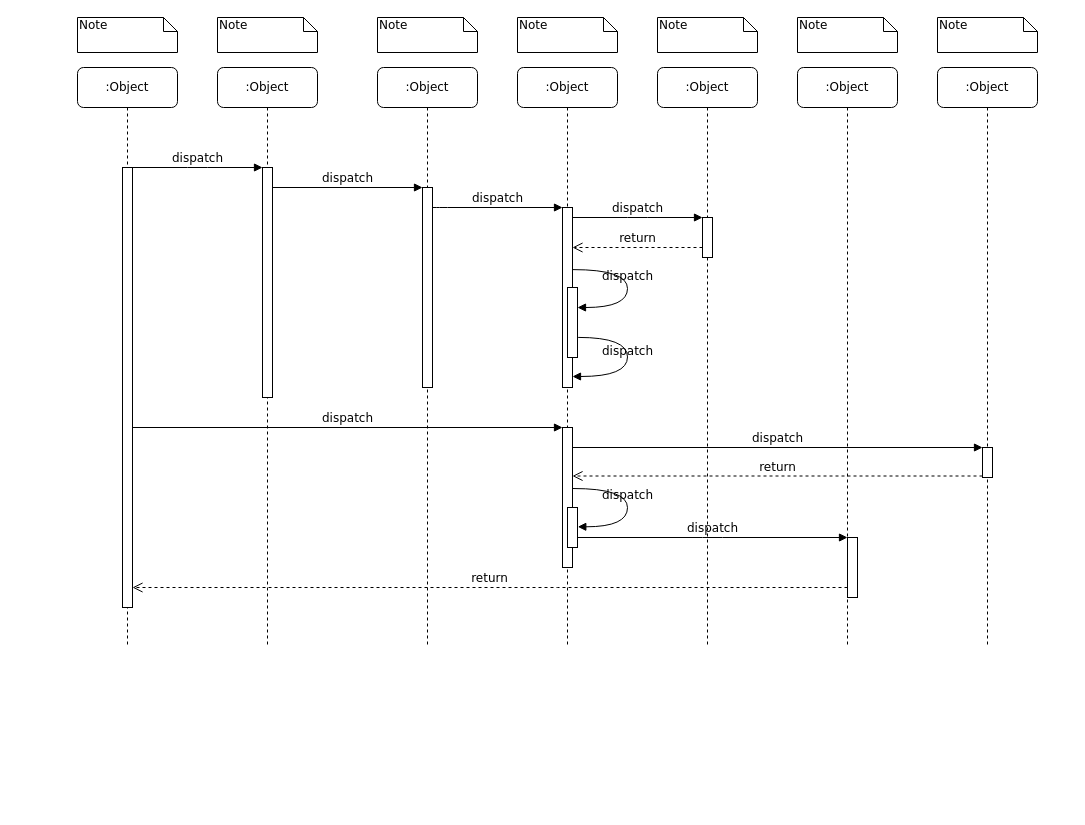
Above: meet_Sequence.drawio in xuez10/Sequence-Diagram (draw.io), before the change. Source tidied: cells renumbered, new cells numbered last; positions are measured from the earlier drawing's top-left corner, leaving out a move shared by most shapes. Both pictures are drawn from the tidied source at 100%, with x=0, y=0 at pixel (77, 17).
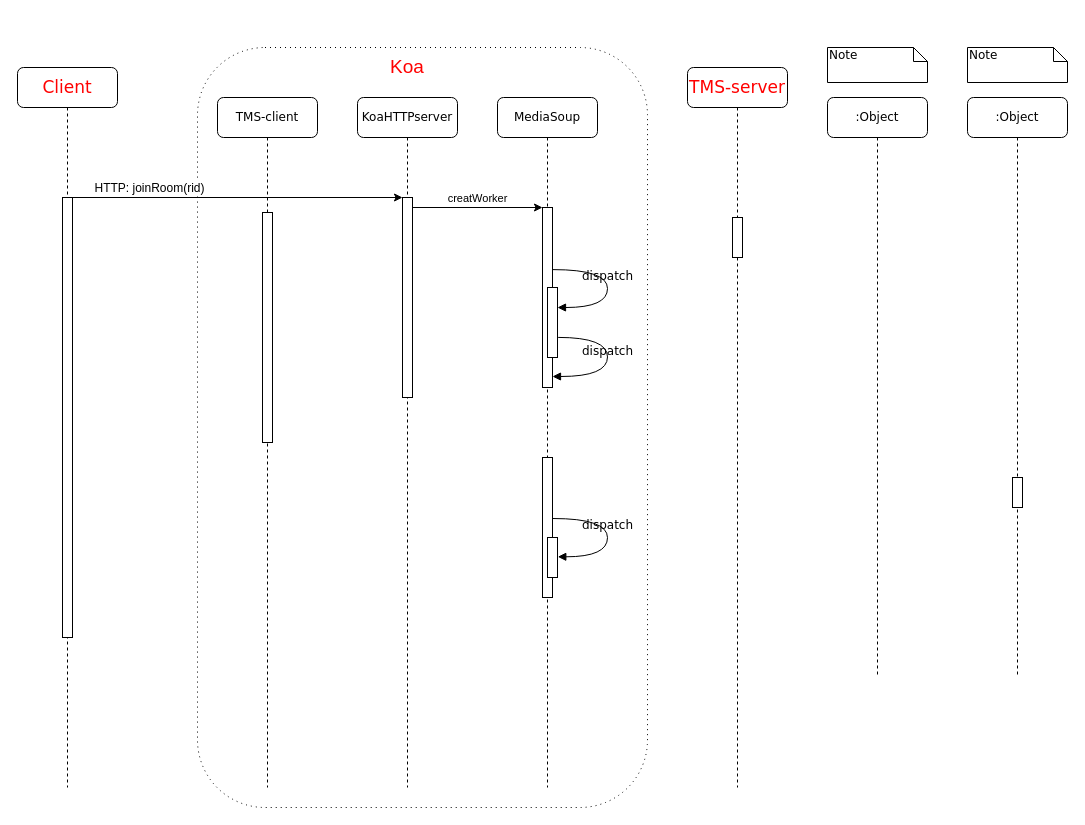
After the change.

Change to the diagram source:
```diff
@@
-    <mxCell id="2" value=":Object" style="shape=umlLifeline;perimeter=lifelinePerimeter;whiteSpace=wrap;html=1;rounded=1;shadow=0;comic=0;labelBackgroundColor=none;strokeWidth=1;fontFamily=Verdana;fontSize=12;align=center;" parent="1" vertex="1">
-      <mxGeometry x="140" y="50" width="100" height="580" as="geometry" />
-    </mxCell>
-    <mxCell id="3" style="html=1;points=[];perimeter=orthogonalPerimeter;rounded=0;shadow=0;comic=0;labelBackgroundColor=none;strokeWidth=1;fontFamily=Verdana;fontSize=12;align=center;" parent="2" vertex="1">
-      <mxGeometry x="45" y="100" width="10" height="230" as="geometry" />
-    </mxCell>
-    <mxCell id="4" value=":Object" style="shape=umlLifeline;perimeter=lifelinePerimeter;whiteSpace=wrap;html=1;rounded=1;shadow=0;comic=0;labelBackgroundColor=none;strokeWidth=1;fontFamily=Verdana;fontSize=12;align=center;" parent="1" vertex="1">
-      <mxGeometry x="300" y="50" width="100" height="580" as="geometry" />
-    </mxCell>
-    <mxCell id="5" style="html=1;points=[];perimeter=orthogonalPerimeter;rounded=0;shadow=0;comic=0;labelBackgroundColor=none;strokeWidth=1;fontFamily=Verdana;fontSize=12;align=center;" parent="4" vertex="1">
-      <mxGeometry x="45" y="120" width="10" height="200" as="geometry" />
-    </mxCell>
-    <mxCell id="6" value=":Object" style="shape=umlLifeline;perimeter=lifelinePerimeter;whiteSpace=wrap;html=1;rounded=1;shadow=0;comic=0;labelBackgroundColor=none;strokeWidth=1;fontFamily=Verdana;fontSize=12;align=center;" parent="1" vertex="1">
-      <mxGeometry x="440" y="50" width="100" height="580" as="geometry" />
-    </mxCell>
-    <mxCell id="7" value=":Object" style="shape=umlLifeline;perimeter=lifelinePerimeter;whiteSpace=wrap;html=1;rounded=1;shadow=0;comic=0;labelBackgroundColor=none;strokeWidth=1;fontFamily=Verdana;fontSize=12;align=center;" parent="1" vertex="1">
-      <mxGeometry x="580" y="50" width="100" height="580" as="geometry" />
-    </mxCell>
-    <mxCell id="8" value=":Object" style="shape=umlLifeline;perimeter=lifelinePerimeter;whiteSpace=wrap;html=1;rounded=1;shadow=0;comic=0;labelBackgroundColor=none;strokeWidth=1;fontFamily=Verdana;fontSize=12;align=center;" parent="1" vertex="1">
-      <mxGeometry x="720" y="50" width="100" height="580" as="geometry" />
-    </mxCell>
-    <mxCell id="9" value=":Object" style="shape=umlLifeline;perimeter=lifelinePerimeter;whiteSpace=wrap;html=1;rounded=1;shadow=0;comic=0;labelBackgroundColor=none;strokeWidth=1;fontFamily=Verdana;fontSize=12;align=center;" parent="1" vertex="1">
-      <mxGeometry x="860" y="50" width="100" height="580" as="geometry" />
-    </mxCell>
-    <mxCell id="10" value=":Object" style="shape=umlLifeline;perimeter=lifelinePerimeter;whiteSpace=wrap;html=1;rounded=1;shadow=0;comic=0;labelBackgroundColor=none;strokeWidth=1;fontFamily=Verdana;fontSize=12;align=center;" parent="1" vertex="1">
-      <mxGeometry y="50" width="100" height="580" as="geometry" />
-    </mxCell>
-    <mxCell id="11" style="html=1;points=[];perimeter=orthogonalPerimeter;rounded=0;shadow=0;comic=0;labelBackgroundColor=none;strokeWidth=1;fontFamily=Verdana;fontSize=12;align=center;" parent="10" vertex="1">
-      <mxGeometry x="45" y="100" width="10" height="440" as="geometry" />
-    </mxCell>
-    <mxCell id="12" style="html=1;points=[];perimeter=orthogonalPerimeter;rounded=0;shadow=0;comic=0;labelBackgroundColor=none;strokeWidth=1;fontFamily=Verdana;fontSize=12;align=center;" parent="1" vertex="1">
-      <mxGeometry x="485" y="190" width="10" height="180" as="geometry" />
-    </mxCell>
-    <mxCell id="13" value="dispatch" style="html=1;verticalAlign=bottom;endArrow=block;labelBackgroundColor=none;fontFamily=Verdana;fontSize=12;edgeStyle=elbowEdgeStyle;elbow=vertical;" parent="1" edge="1" source="5" target="12">
-      <mxGeometry relative="1" as="geometry">
-        <Array as="points">
-          <mxPoint x="360" y="190" />
-        </Array>
-      </mxGeometry>
-    </mxCell>
-    <mxCell id="14" style="html=1;points=[];perimeter=orthogonalPerimeter;rounded=0;shadow=0;comic=0;labelBackgroundColor=none;strokeWidth=1;fontFamily=Verdana;fontSize=12;align=center;" parent="1" vertex="1">
-      <mxGeometry x="625" y="200" width="10" height="40" as="geometry" />
-    </mxCell>
-    <mxCell id="15" value="dispatch" style="html=1;verticalAlign=bottom;endArrow=block;entryX=0;entryY=0;labelBackgroundColor=none;fontFamily=Verdana;fontSize=12;edgeStyle=elbowEdgeStyle;elbow=vertical;" parent="1" edge="1" source="12" target="14">
-      <mxGeometry relative="1" as="geometry" />
-    </mxCell>
-    <mxCell id="16" value="return" style="html=1;verticalAlign=bottom;endArrow=open;dashed=1;endSize=8;labelBackgroundColor=none;fontFamily=Verdana;fontSize=12;edgeStyle=elbowEdgeStyle;elbow=vertical;" parent="1" edge="1" source="14" target="12">
-      <mxGeometry relative="1" as="geometry">
-        <Array as="points">
-          <mxPoint x="570" y="230" />
-          <mxPoint x="600" y="230" />
-        </Array>
-      </mxGeometry>
-    </mxCell>
-    <mxCell id="17" style="html=1;points=[];perimeter=orthogonalPerimeter;rounded=0;shadow=0;comic=0;labelBackgroundColor=none;strokeWidth=1;fontFamily=Verdana;fontSize=12;align=center;" parent="1" vertex="1">
-      <mxGeometry x="485" y="410" width="10" height="140" as="geometry" />
-    </mxCell>
-    <mxCell id="18" value="dispatch" style="html=1;verticalAlign=bottom;endArrow=block;entryX=0;entryY=0;labelBackgroundColor=none;fontFamily=Verdana;fontSize=12;" parent="1" edge="1" source="11" target="17">
-      <mxGeometry relative="1" as="geometry" />
-    </mxCell>
-    <mxCell id="19" style="html=1;points=[];perimeter=orthogonalPerimeter;rounded=0;shadow=0;comic=0;labelBackgroundColor=none;strokeColor=#000000;strokeWidth=1;fillColor=#FFFFFF;fontFamily=Verdana;fontSize=12;fontColor=#000000;align=center;" parent="1" vertex="1">
-      <mxGeometry x="905" y="430" width="10" height="30" as="geometry" />
-    </mxCell>
-    <mxCell id="20" value="dispatch" style="html=1;verticalAlign=bottom;endArrow=block;entryX=0;entryY=0;labelBackgroundColor=none;fontFamily=Verdana;fontSize=12;" parent="1" edge="1" source="17" target="19">
-      <mxGeometry relative="1" as="geometry" />
-    </mxCell>
-    <mxCell id="21" value="return" style="html=1;verticalAlign=bottom;endArrow=open;dashed=1;endSize=8;exitX=0;exitY=0.95;labelBackgroundColor=none;fontFamily=Verdana;fontSize=12;" parent="1" edge="1" source="19" target="17">
-      <mxGeometry relative="1" as="geometry" />
-    </mxCell>
-    <mxCell id="22" style="html=1;points=[];perimeter=orthogonalPerimeter;rounded=0;shadow=0;comic=0;labelBackgroundColor=none;strokeWidth=1;fontFamily=Verdana;fontSize=12;align=center;" parent="1" vertex="1">
-      <mxGeometry x="770" y="520" width="10" height="60" as="geometry" />
-    </mxCell>
-    <mxCell id="23" value="dispatch" style="html=1;verticalAlign=bottom;endArrow=block;entryX=0;entryY=0;labelBackgroundColor=none;fontFamily=Verdana;fontSize=12;edgeStyle=elbowEdgeStyle;elbow=vertical;" parent="1" edge="1" source="30" target="22">
-      <mxGeometry relative="1" as="geometry" />
-    </mxCell>
-    <mxCell id="24" value="return" style="html=1;verticalAlign=bottom;endArrow=open;dashed=1;endSize=8;labelBackgroundColor=none;fontFamily=Verdana;fontSize=12;edgeStyle=elbowEdgeStyle;elbow=vertical;" parent="1" edge="1" source="22" target="11">
-      <mxGeometry relative="1" as="geometry">
-        <Array as="points">
-          <mxPoint x="470" y="570" />
-        </Array>
-      </mxGeometry>
-    </mxCell>
-    <mxCell id="25" value="dispatch" style="html=1;verticalAlign=bottom;endArrow=block;entryX=0;entryY=0;labelBackgroundColor=none;fontFamily=Verdana;fontSize=12;edgeStyle=elbowEdgeStyle;elbow=vertical;" parent="1" edge="1" source="11" target="3">
-      <mxGeometry relative="1" as="geometry" />
-    </mxCell>
-    <mxCell id="26" value="dispatch" style="html=1;verticalAlign=bottom;endArrow=block;entryX=0;entryY=0;labelBackgroundColor=none;fontFamily=Verdana;fontSize=12;edgeStyle=elbowEdgeStyle;elbow=vertical;" parent="1" edge="1" source="3" target="5">
-      <mxGeometry relative="1" as="geometry" />
-    </mxCell>
-    <mxCell id="27" style="html=1;points=[];perimeter=orthogonalPerimeter;rounded=0;shadow=0;comic=0;labelBackgroundColor=none;strokeWidth=1;fontFamily=Verdana;fontSize=12;align=center;" parent="1" vertex="1">
-      <mxGeometry x="490" y="270" width="10" height="70" as="geometry" />
-    </mxCell>
-    <mxCell id="28" value="dispatch" style="html=1;verticalAlign=bottom;endArrow=block;labelBackgroundColor=none;fontFamily=Verdana;fontSize=12;elbow=vertical;edgeStyle=orthogonalEdgeStyle;curved=1;entryX=1;entryY=0.286;entryPerimeter=0;exitX=1.038;exitY=0.345;exitPerimeter=0;" parent="1" edge="1" source="12" target="27">
-      <mxGeometry relative="1" as="geometry">
-        <Array as="points">
-          <mxPoint x="550" y="252" />
-          <mxPoint x="550" y="290" />
-        </Array>
-      </mxGeometry>
-    </mxCell>
+    <mxCell id="39" style="rounded=1;whiteSpace=wrap;html=1;dashed=1;dashPattern=1 4;fillColor=none;" parent="1" vertex="1">
+      <mxGeometry x="120" y="30" width="450" height="760" as="geometry" />
+    </mxCell>
+    <mxCell id="40" value="TMS-client" style="shape=umlLifeline;perimeter=lifelinePerimeter;whiteSpace=wrap;html=1;rounded=1;shadow=0;comic=0;labelBackgroundColor=none;strokeWidth=1;fontFamily=Verdana;fontSize=12;align=center;" parent="1" vertex="1">
+      <mxGeometry x="140" y="80" width="100" height="690" as="geometry" />
+    </mxCell>
+    <mxCell id="41" style="html=1;perimeter=orthogonalPerimeter;rounded=0;shadow=0;comic=0;labelBackgroundColor=none;strokeWidth=1;fontFamily=Verdana;fontSize=12;align=center;" parent="40" vertex="1">
+      <mxGeometry x="45" y="115" width="10" height="230" as="geometry" />
+    </mxCell>
+    <mxCell id="42" value="KoaHTTPserver" style="shape=umlLifeline;perimeter=lifelinePerimeter;whiteSpace=wrap;html=1;rounded=1;shadow=0;comic=0;labelBackgroundColor=none;strokeWidth=1;fontFamily=Verdana;fontSize=12;align=center;" parent="1" vertex="1">
+      <mxGeometry x="280" y="80" width="100" height="690" as="geometry" />
+    </mxCell>
+    <mxCell id="43" style="html=1;points=[];perimeter=orthogonalPerimeter;rounded=0;shadow=0;comic=0;labelBackgroundColor=none;strokeWidth=1;fontFamily=Verdana;fontSize=12;align=center;" parent="42" vertex="1">
+      <mxGeometry x="45" y="100" width="10" height="200" as="geometry" />
+    </mxCell>
+    <mxCell id="44" value="MediaSoup" style="shape=umlLifeline;perimeter=lifelinePerimeter;whiteSpace=wrap;html=1;rounded=1;shadow=0;comic=0;labelBackgroundColor=none;strokeWidth=1;fontFamily=Verdana;fontSize=12;align=center;" parent="1" vertex="1">
+      <mxGeometry x="420" y="80" width="100" height="690" as="geometry" />
+    </mxCell>
+    <mxCell id="45" value="TMS-server" style="shape=umlLifeline;perimeter=lifelinePerimeter;whiteSpace=wrap;html=1;rounded=1;shadow=0;comic=0;labelBackgroundColor=none;strokeWidth=1;fontFamily=Verdana;fontSize=17;align=center;fontColor=#FF0000;" parent="1" vertex="1">
+      <mxGeometry x="610" y="50" width="100" height="720" as="geometry" />
+    </mxCell>
+    <mxCell id="46" value=":Object" style="shape=umlLifeline;perimeter=lifelinePerimeter;whiteSpace=wrap;html=1;rounded=1;shadow=0;comic=0;labelBackgroundColor=none;strokeWidth=1;fontFamily=Verdana;fontSize=12;align=center;" parent="1" vertex="1">
+      <mxGeometry x="750" y="80" width="100" height="580" as="geometry" />
+    </mxCell>
+    <mxCell id="47" value=":Object" style="shape=umlLifeline;perimeter=lifelinePerimeter;whiteSpace=wrap;html=1;rounded=1;shadow=0;comic=0;labelBackgroundColor=none;strokeWidth=1;fontFamily=Verdana;fontSize=12;align=center;" parent="1" vertex="1">
+      <mxGeometry x="890" y="80" width="100" height="580" as="geometry" />
+    </mxCell>
+    <mxCell id="48" value="Client" style="shape=umlLifeline;perimeter=lifelinePerimeter;whiteSpace=wrap;html=1;outlineConnect=0;rounded=1;shadow=0;comic=0;labelBackgroundColor=none;strokeWidth=1;fontFamily=Verdana;fontSize=17;align=center;fontColor=#FF0000;" parent="1" vertex="1">
+      <mxGeometry x="-60" y="50" width="100" height="720" as="geometry" />
+    </mxCell>
+    <mxCell id="49" style="html=1;perimeter=orthogonalPerimeter;rounded=0;shadow=0;comic=0;labelBackgroundColor=none;strokeWidth=1;fontFamily=Verdana;fontSize=12;align=center;" parent="48" vertex="1">
+      <mxGeometry x="45" y="130" width="10" height="440" as="geometry" />
+    </mxCell>
+    <mxCell id="50" style="html=1;points=[];perimeter=orthogonalPerimeter;rounded=0;shadow=0;comic=0;labelBackgroundColor=none;strokeWidth=1;fontFamily=Verdana;fontSize=12;align=center;" parent="1" vertex="1">
+      <mxGeometry x="465" y="190" width="10" height="180" as="geometry" />
+    </mxCell>
+    <mxCell id="51" style="html=1;perimeter=orthogonalPerimeter;rounded=0;shadow=0;comic=0;labelBackgroundColor=none;strokeWidth=1;fontFamily=Verdana;fontSize=12;align=center;" parent="1" vertex="1">
+      <mxGeometry x="655" y="200" width="10" height="40" as="geometry" />
+    </mxCell>
+    <mxCell id="52" style="html=1;perimeter=orthogonalPerimeter;rounded=0;shadow=0;comic=0;labelBackgroundColor=none;strokeWidth=1;fontFamily=Verdana;fontSize=12;align=center;" parent="1" vertex="1">
+      <mxGeometry x="465" y="440" width="10" height="140" as="geometry" />
+    </mxCell>
+    <mxCell id="53" style="html=1;perimeter=orthogonalPerimeter;rounded=0;shadow=0;comic=0;labelBackgroundColor=none;strokeColor=#000000;strokeWidth=1;fillColor=#FFFFFF;fontFamily=Verdana;fontSize=12;fontColor=#000000;align=center;" parent="1" vertex="1">
+      <mxGeometry x="935" y="460" width="10" height="30" as="geometry" />
+    </mxCell>
+    <mxCell id="54" style="html=1;points=[];perimeter=orthogonalPerimeter;rounded=0;shadow=0;comic=0;labelBackgroundColor=none;strokeWidth=1;fontFamily=Verdana;fontSize=12;align=center;" parent="1" vertex="1">
+      <mxGeometry x="470" y="270" width="10" height="70" as="geometry" />
+    </mxCell>
+    <mxCell id="55" value="dispatch" style="html=1;verticalAlign=bottom;endArrow=block;labelBackgroundColor=none;fontFamily=Verdana;fontSize=12;elbow=vertical;edgeStyle=orthogonalEdgeStyle;curved=1;entryX=1;entryY=0.286;entryPerimeter=0;exitX=1.038;exitY=0.345;exitPerimeter=0;" parent="1" edge="1" source="50" target="54">
+      <mxGeometry relative="1" as="geometry">
+        <Array as="points">
+          <mxPoint x="530" y="252" />
+          <mxPoint x="530" y="290" />
+        </Array>
+      </mxGeometry>
+    </mxCell>
-    <mxCell id="29" value="dispatch" style="html=1;verticalAlign=bottom;endArrow=block;labelBackgroundColor=none;fontFamily=Verdana;fontSize=12;elbow=vertical;edgeStyle=orthogonalEdgeStyle;curved=1;exitX=1.066;exitY=0.713;exitPerimeter=0;" parent="1" edge="1" source="27">
+    <mxCell id="29" value="dispatch" style="html=1;verticalAlign=bottom;endArrow=block;labelBackgroundColor=none;fontFamily=Verdana;fontSize=12;elbow=vertical;edgeStyle=orthogonalEdgeStyle;curved=1;exitX=1.066;exitY=0.713;exitPerimeter=0;" parent="1" edge="1" source="54">
       <mxGeometry relative="1" as="geometry">
-        <mxPoint x="495" y="359" as="targetPoint" />
+        <mxPoint x="475" y="359" as="targetPoint" />
         <Array as="points">
-          <mxPoint x="550" y="320" />
-          <mxPoint x="550" y="359" />
+          <mxPoint x="530" y="320" />
+          <mxPoint x="530" y="359" />
         </Array>
       </mxGeometry>
     </mxCell>
-    <mxCell id="30" style="html=1;points=[];perimeter=orthogonalPerimeter;rounded=0;shadow=0;comic=0;labelBackgroundColor=none;strokeWidth=1;fontFamily=Verdana;fontSize=12;align=center;" parent="1" vertex="1">
-      <mxGeometry x="490" y="490" width="10" height="40" as="geometry" />
-    </mxCell>
-    <mxCell id="31" value="dispatch" style="html=1;verticalAlign=bottom;endArrow=block;labelBackgroundColor=none;fontFamily=Verdana;fontSize=12;elbow=vertical;edgeStyle=orthogonalEdgeStyle;curved=1;entryX=1;entryY=0.286;entryPerimeter=0;exitX=1.038;exitY=0.345;exitPerimeter=0;" parent="1" edge="1">
-      <mxGeometry relative="1" as="geometry">
-        <mxPoint x="495.3" y="471" as="sourcePoint" />
-        <mxPoint x="500.3" y="509.3" as="targetPoint" />
-        <Array as="points">
-          <mxPoint x="550" y="471" />
-          <mxPoint x="550" y="509" />
-        </Array>
-      </mxGeometry>
-    </mxCell>
-    <mxCell id="32" value="Note" style="shape=note;whiteSpace=wrap;html=1;size=14;verticalAlign=top;align=left;spacingTop=-6;rounded=0;shadow=0;comic=0;labelBackgroundColor=none;strokeWidth=1;fontFamily=Verdana;fontSize=12;" parent="1" vertex="1">
-      <mxGeometry width="100" height="35" as="geometry" />
-    </mxCell>
-    <mxCell id="33" value="Note" style="shape=note;whiteSpace=wrap;html=1;size=14;verticalAlign=top;align=left;spacingTop=-6;rounded=0;shadow=0;comic=0;labelBackgroundColor=none;strokeWidth=1;fontFamily=Verdana;fontSize=12;" parent="1" vertex="1">
-      <mxGeometry x="140" width="100" height="35" as="geometry" />
-    </mxCell>
-    <mxCell id="34" value="Note" style="shape=note;whiteSpace=wrap;html=1;size=14;verticalAlign=top;align=left;spacingTop=-6;rounded=0;shadow=0;comic=0;labelBackgroundColor=none;strokeWidth=1;fontFamily=Verdana;fontSize=12;" parent="1" vertex="1">
-      <mxGeometry x="300" width="100" height="35" as="geometry" />
-    </mxCell>
-    <mxCell id="35" value="Note" style="shape=note;whiteSpace=wrap;html=1;size=14;verticalAlign=top;align=left;spacingTop=-6;rounded=0;shadow=0;comic=0;labelBackgroundColor=none;strokeWidth=1;fontFamily=Verdana;fontSize=12;" parent="1" vertex="1">
-      <mxGeometry x="440" width="100" height="35" as="geometry" />
-    </mxCell>
-    <mxCell id="36" value="Note" style="shape=note;whiteSpace=wrap;html=1;size=14;verticalAlign=top;align=left;spacingTop=-6;rounded=0;shadow=0;comic=0;labelBackgroundColor=none;strokeWidth=1;fontFamily=Verdana;fontSize=12;" parent="1" vertex="1">
-      <mxGeometry x="580" width="100" height="35" as="geometry" />
-    </mxCell>
-    <mxCell id="37" value="Note" style="shape=note;whiteSpace=wrap;html=1;size=14;verticalAlign=top;align=left;spacingTop=-6;rounded=0;shadow=0;comic=0;labelBackgroundColor=none;strokeWidth=1;fontFamily=Verdana;fontSize=12;" parent="1" vertex="1">
-      <mxGeometry x="720" width="100" height="35" as="geometry" />
-    </mxCell>
-    <mxCell id="38" value="Note" style="shape=note;whiteSpace=wrap;html=1;size=14;verticalAlign=top;align=left;spacingTop=-6;rounded=0;shadow=0;comic=0;labelBackgroundColor=none;strokeWidth=1;fontFamily=Verdana;fontSize=12;" parent="1" vertex="1">
-      <mxGeometry x="860" width="100" height="35" as="geometry" />
-    </mxCell>
+    <mxCell id="56" style="html=1;perimeter=orthogonalPerimeter;rounded=0;shadow=0;comic=0;labelBackgroundColor=none;strokeWidth=1;fontFamily=Verdana;fontSize=12;align=center;" parent="1" vertex="1">
+      <mxGeometry x="470" y="520" width="10" height="40" as="geometry" />
+    </mxCell>
+    <mxCell id="57" value="dispatch" style="html=1;verticalAlign=bottom;endArrow=block;labelBackgroundColor=none;fontFamily=Verdana;fontSize=12;elbow=vertical;edgeStyle=orthogonalEdgeStyle;curved=1;entryX=1;entryY=0.286;entryPerimeter=0;exitX=1.038;exitY=0.345;exitPerimeter=0;" parent="1" edge="1">
+      <mxGeometry relative="1" as="geometry">
+        <mxPoint x="475.3" y="501" as="sourcePoint" />
+        <mxPoint x="480.3" y="539.3" as="targetPoint" />
+        <Array as="points">
+          <mxPoint x="530" y="501" />
+          <mxPoint x="530" y="539" />
+        </Array>
+      </mxGeometry>
+    </mxCell>
+    <mxCell id="58" value="Note" style="shape=note;whiteSpace=wrap;html=1;size=14;verticalAlign=top;align=left;spacingTop=-6;rounded=0;shadow=0;comic=0;labelBackgroundColor=none;strokeWidth=1;fontFamily=Verdana;fontSize=12;" parent="1" vertex="1">
+      <mxGeometry x="750" y="30" width="100" height="35" as="geometry" />
+    </mxCell>
+    <mxCell id="59" value="Note" style="shape=note;whiteSpace=wrap;html=1;size=14;verticalAlign=top;align=left;spacingTop=-6;rounded=0;shadow=0;comic=0;labelBackgroundColor=none;strokeWidth=1;fontFamily=Verdana;fontSize=12;" parent="1" vertex="1">
+      <mxGeometry x="890" y="30" width="100" height="35" as="geometry" />
+    </mxCell>
+    <mxCell id="60" value="Koa" style="text;html=1;strokeColor=none;fillColor=none;align=center;verticalAlign=middle;whiteSpace=wrap;rounded=0;fontSize=19;fontColor=#FF0000;" parent="1" vertex="1">
+      <mxGeometry x="295" y="30" width="70" height="40" as="geometry" />
+    </mxCell>
+    <mxCell id="61" style="endArrow=classic;html=1;fontSize=17;fontColor=#FF0000;entryX=0;entryY=0;entryDx=0;entryDy=0;entryPerimeter=0;" parent="1" edge="1" source="48" target="43">
+      <mxGeometry relative="1" as="geometry" />
+    </mxCell>
+    <mxCell id="62" value="HTTP: joinRoom(rid)" style="edgeLabel;html=1;align=center;verticalAlign=middle;fontSize=12;" parent="61" vertex="1">
+      <mxGeometry x="-0.06" relative="1" as="geometry">
+        <mxPoint x="-76.3" y="-10" as="offset" />
+      </mxGeometry>
+    </mxCell>
+    <mxCell id="63" style="endArrow=classic;html=1;entryX=0;entryY=0;entryDx=0;entryDy=0;entryPerimeter=0;" parent="1" edge="1" source="43" target="50">
+      <mxGeometry relative="1" as="geometry" />
+    </mxCell>
+    <mxCell id="64" value="creatWorker" style="edgeLabel;html=1;align=center;verticalAlign=middle;" parent="63" vertex="1">
+      <mxGeometry x="-0.24" y="-1" relative="1" as="geometry">
+        <mxPoint x="15.8" y="-11" as="offset" />
+      </mxGeometry>
+    </mxCell>
```
